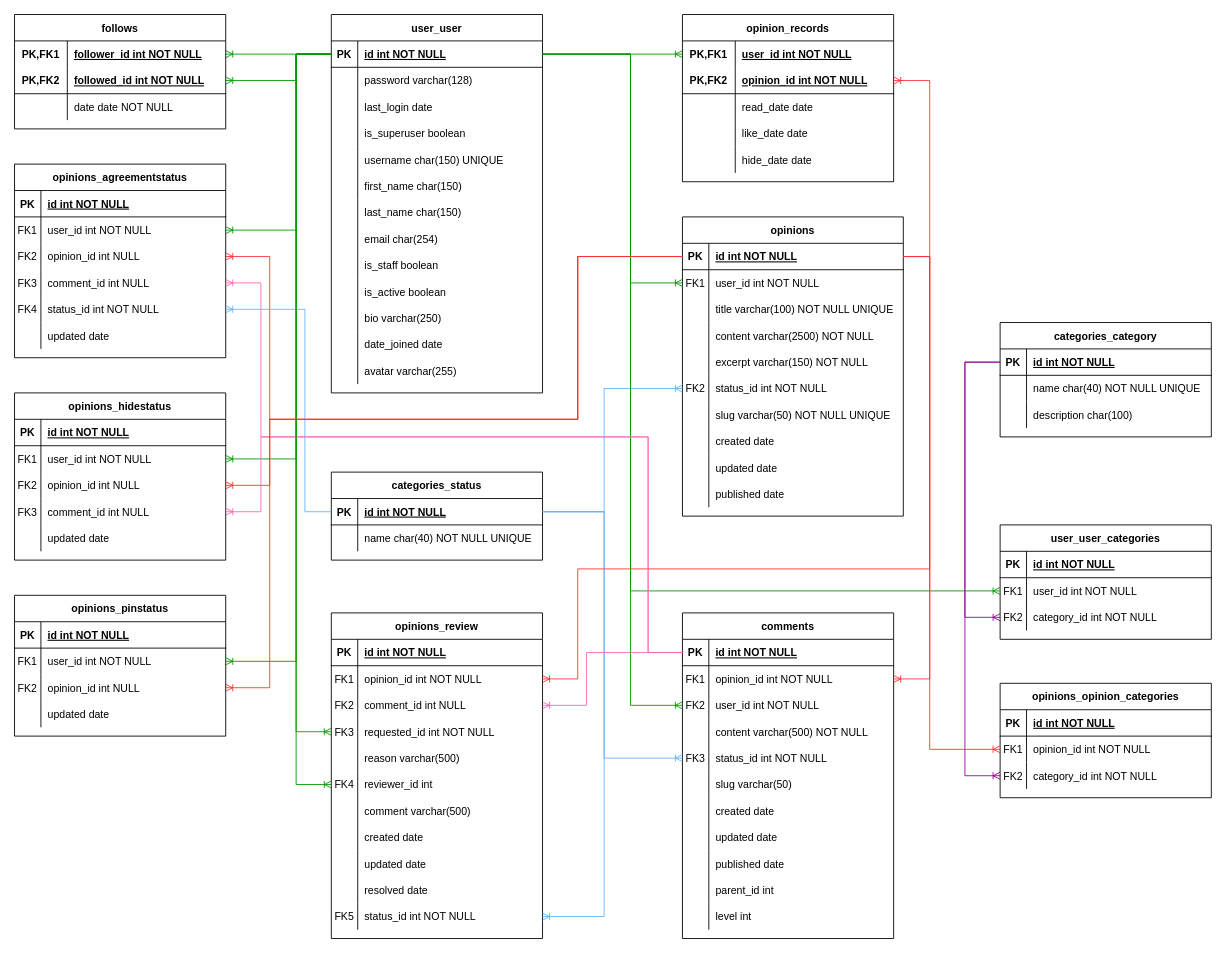
ibuttimer/soapbox keeps this draw.io diagram as page "database-schema" (1 of 14) of doc/design/soapbox.drawio. Above is the earlier version. Source tidied: cells renumbered, new cells numbered last; positions are measured from the earlier drawing's top-left corner, leaving out a move shared by most shapes. Both pictures are drawn from the tidied source at 88%, with x=0, y=0 at pixel (14, 14).
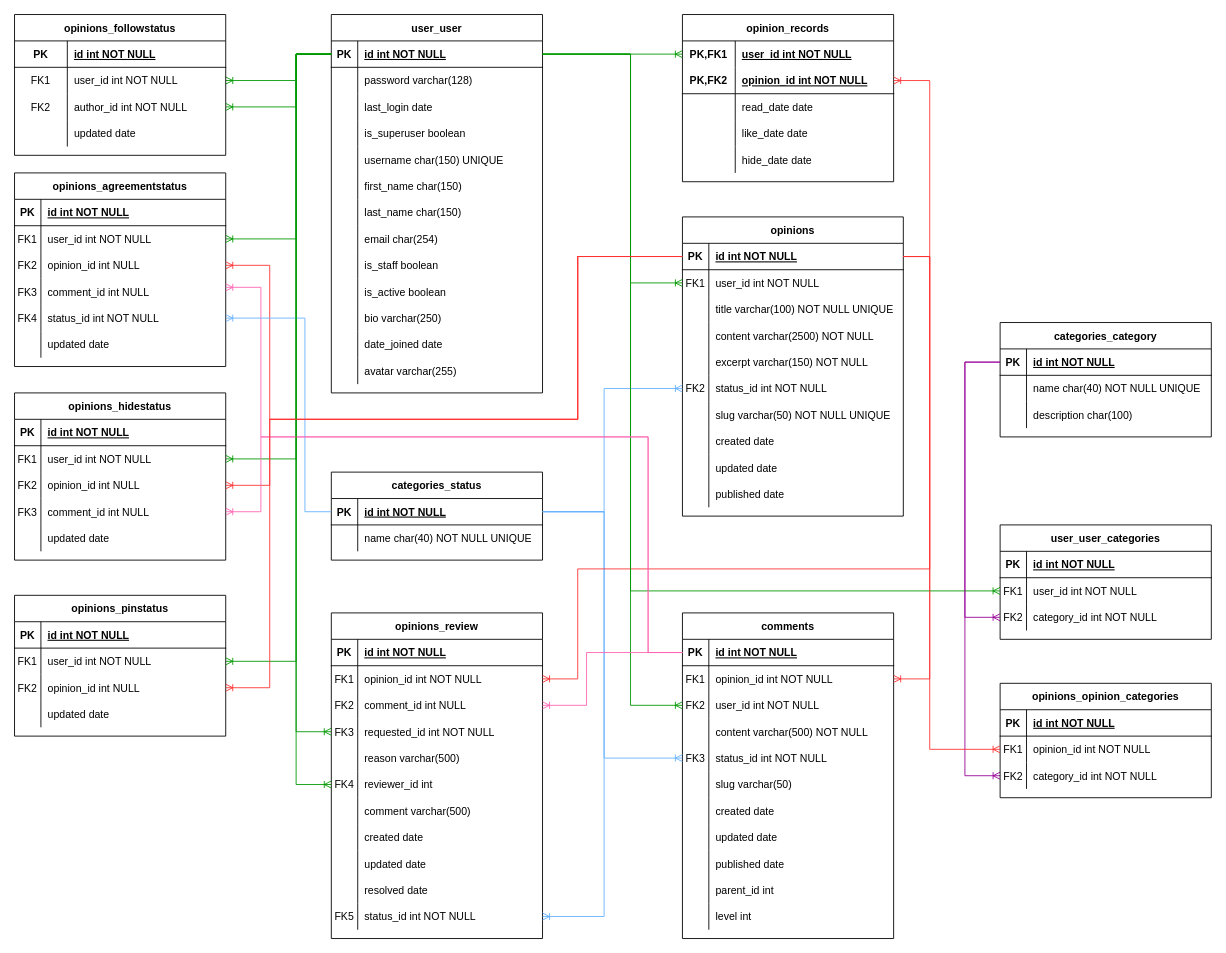
The same diagram, later.

The change refers to these unchanged cells:
```xml
<mxCell id="3" style="shape=partialRectangle;fillColor=none;points=[[0,0.5],[1,0.5]];portConstraint=eastwest;top=0;left=0;right=0;bottom=1;" parent="2" vertex="1">
  <mxGeometry y="30" width="251" height="30" as="geometry" />
</mxCell>
<mxCell id="44" style="shape=partialRectangle;fillColor=none;points=[[0,0.5],[1,0.5]];portConstraint=eastwest;top=0;left=0;right=0;bottom=1;" parent="43" vertex="1">
  <mxGeometry y="30" width="240" height="30" as="geometry" />
</mxCell>
<mxCell id="124" style="shape=partialRectangle;fillColor=none;points=[[0,0.5],[1,0.5]];portConstraint=eastwest;top=0;left=0;right=0;bottom=1;" parent="123" vertex="1">
  <mxGeometry y="30" width="240" height="30" as="geometry" />
</mxCell>
<mxCell id="228" style="shape=partialRectangle;fillColor=none;points=[[0,0.5],[1,0.5]];portConstraint=eastwest;top=0;left=0;right=0;bottom=0;" parent="221" vertex="1">
  <mxGeometry y="90" width="240" height="30" as="geometry" />
</mxCell>
<mxCell id="231" style="shape=partialRectangle;fillColor=none;points=[[0,0.5],[1,0.5]];portConstraint=eastwest;top=0;left=0;right=0;bottom=0;" parent="221" vertex="1">
  <mxGeometry y="120" width="240" height="30" as="geometry" />
</mxCell>
```

What changed in the source:
```diff
@@
-    <mxCell id="85" style="edgeStyle=entityRelationEdgeStyle;fontSize=12;html=1;endArrow=ERoneToMany;rounded=0;exitX=0;exitY=0.5;exitDx=0;exitDy=0;strokeColor=#009900;" parent="1" edge="1" source="44" target="87">
-      <mxGeometry relative="1" as="geometry" />
+    <mxCell id="85" style="edgeStyle=orthogonalEdgeStyle;fontSize=12;html=1;endArrow=ERoneToMany;rounded=0;exitX=0;exitY=0.5;exitDx=0;exitDy=0;strokeColor=#009900;entryX=1;entryY=0.5;entryDx=0;entryDy=0;" parent="1" edge="1" source="44" target="279">
+      <mxGeometry relative="1" as="geometry">
+        <Array as="points">
+          <mxPoint x="320" y="45" />
+          <mxPoint x="320" y="75" />
+        </Array>
+      </mxGeometry>
     </mxCell>
-    <mxCell id="86" value="follows" style="shape=table;startSize=30;childLayout=tableLayout;rowLines=0;fontStyle=1;align=center;" parent="1" vertex="1">
-      <mxGeometry width="240" height="130" as="geometry" />
+    <mxCell id="86" value="opinions_followstatus" style="shape=table;startSize=30;childLayout=tableLayout;rowLines=0;fontStyle=1;align=center;" parent="1" vertex="1">
+      <mxGeometry width="240" height="160" as="geometry" />
     </mxCell>
-    <mxCell id="87" style="shape=tableRow;horizontal=0;startSize=0;swimlaneHead=0;swimlaneBody=0;fillColor=none;points=[[0,0.5],[1,0.5]];portConstraint=eastwest;top=0;left=0;right=0;bottom=0;" parent="86" vertex="1">
-      <mxGeometry y="30" width="240" height="30" as="geometry" />
-    </mxCell>
-    <mxCell id="88" value="PK,FK1" style="shape=partialRectangle;fillColor=none;top=0;left=0;bottom=0;right=0;fontStyle=1;overflow=hidden;" parent="87" vertex="1">
-      <mxGeometry width="60" height="30" as="geometry" />
-    </mxCell>
-    <mxCell id="89" value="follower_id int NOT NULL" style="shape=partialRectangle;fillColor=none;top=0;left=0;bottom=0;right=0;align=left;spacingLeft=6;fontStyle=5;overflow=hidden;" parent="87" vertex="1">
-      <mxGeometry x="60" width="180" height="30" as="geometry" />
-    </mxCell>
     <mxCell id="90" style="shape=tableRow;horizontal=0;startSize=0;swimlaneHead=0;swimlaneBody=0;fillColor=none;points=[[0,0.5],[1,0.5]];portConstraint=eastwest;top=0;left=0;right=0;bottom=1;" parent="86" vertex="1">
-      <mxGeometry y="60" width="240" height="30" as="geometry" />
+      <mxGeometry y="30" width="240" height="30" as="geometry" />
     </mxCell>
-    <mxCell id="91" value="PK,FK2" style="shape=partialRectangle;fillColor=none;top=0;left=0;bottom=0;right=0;fontStyle=1;overflow=hidden;" parent="90" vertex="1">
+    <mxCell id="91" value="PK" style="shape=partialRectangle;fillColor=none;top=0;left=0;bottom=0;right=0;fontStyle=1;overflow=hidden;" parent="90" vertex="1">
       <mxGeometry width="60" height="30" as="geometry" />
     </mxCell>
-    <mxCell id="92" value="followed_id int NOT NULL" style="shape=partialRectangle;fillColor=none;top=0;left=0;bottom=0;right=0;align=left;spacingLeft=6;fontStyle=5;overflow=hidden;" parent="90" vertex="1">
+    <mxCell id="92" value="id int NOT NULL" style="shape=partialRectangle;fillColor=none;top=0;left=0;bottom=0;right=0;align=left;spacingLeft=6;fontStyle=5;overflow=hidden;" parent="90" vertex="1">
       <mxGeometry x="60" width="180" height="30" as="geometry" />
     </mxCell>
+    <mxCell id="279" style="shape=tableRow;horizontal=0;startSize=0;swimlaneHead=0;swimlaneBody=0;fillColor=none;points=[[0,0.5],[1,0.5]];portConstraint=eastwest;top=0;left=0;right=0;bottom=0;" parent="86" vertex="1">
+      <mxGeometry y="60" width="240" height="30" as="geometry" />
+    </mxCell>
+    <mxCell id="280" value="FK1" style="shape=partialRectangle;fillColor=none;top=0;left=0;bottom=0;right=0;overflow=hidden;" parent="279" vertex="1">
+      <mxGeometry width="60" height="30" as="geometry" />
+    </mxCell>
+    <mxCell id="281" value="user_id int NOT NULL" style="shape=partialRectangle;fillColor=none;top=0;left=0;bottom=0;right=0;align=left;spacingLeft=6;overflow=hidden;" parent="279" vertex="1">
+      <mxGeometry x="60" width="180" height="30" as="geometry" />
+    </mxCell>
+    <mxCell id="282" style="shape=tableRow;horizontal=0;startSize=0;swimlaneHead=0;swimlaneBody=0;fillColor=none;points=[[0,0.5],[1,0.5]];portConstraint=eastwest;top=0;left=0;right=0;bottom=0;" parent="86" vertex="1">
+      <mxGeometry y="90" width="240" height="30" as="geometry" />
+    </mxCell>
+    <mxCell id="283" value="FK2" style="shape=partialRectangle;fillColor=none;top=0;left=0;bottom=0;right=0;overflow=hidden;" parent="282" vertex="1">
+      <mxGeometry width="60" height="30" as="geometry" />
+    </mxCell>
+    <mxCell id="284" value="author_id int NOT NULL" style="shape=partialRectangle;fillColor=none;top=0;left=0;bottom=0;right=0;align=left;spacingLeft=6;overflow=hidden;" parent="282" vertex="1">
+      <mxGeometry x="60" width="180" height="30" as="geometry" />
+    </mxCell>
     <mxCell id="93" style="shape=tableRow;horizontal=0;startSize=0;swimlaneHead=0;swimlaneBody=0;fillColor=none;top=0;left=0;right=0;bottom=0;" parent="86" vertex="1">
-      <mxGeometry y="90" width="240" height="30" as="geometry" />
+      <mxGeometry y="120" width="240" height="30" as="geometry" />
     </mxCell>
@@
-    <mxCell id="95" value="date date NOT NULL" style="shape=partialRectangle;fillColor=none;top=0;left=0;bottom=0;right=0;align=left;spacingLeft=6;overflow=hidden;" parent="93" vertex="1">
+    <mxCell id="95" value="updated date" style="shape=partialRectangle;fillColor=none;top=0;left=0;bottom=0;right=0;align=left;spacingLeft=6;overflow=hidden;" parent="93" vertex="1">
       <mxGeometry x="60" width="180" height="30" as="geometry" />
     </mxCell>
@@
-    <mxCell id="122" style="edgeStyle=elbowEdgeStyle;fontSize=12;html=1;endArrow=ERoneToMany;rounded=0;strokeColor=#009900;exitX=0;exitY=0.5;exitDx=0;exitDy=0;" parent="1" edge="1" source="44" target="90">
+    <mxCell id="122" style="edgeStyle=elbowEdgeStyle;fontSize=12;html=1;endArrow=ERoneToMany;rounded=0;strokeColor=#009900;exitX=0;exitY=0.5;exitDx=0;exitDy=0;entryX=1;entryY=0.5;entryDx=0;entryDy=0;" parent="1" edge="1" source="44" target="282">
       <mxGeometry relative="1" as="geometry">
         <Array as="points">
           <mxPoint x="320" y="50" />
         </Array>
       </mxGeometry>
     </mxCell>
@@
     <mxCell id="221" value="opinions_agreementstatus" style="shape=table;startSize=30;childLayout=tableLayout;rowLines=0;fontStyle=1;align=center;" parent="1" vertex="1">
-      <mxGeometry y="170" width="240" height="220" as="geometry" />
+      <mxGeometry y="180" width="240" height="220" as="geometry" />
     </mxCell>
@@
     <mxCell id="241" style="edgeStyle=orthogonalEdgeStyle;fontSize=12;html=1;endArrow=ERoneToMany;rounded=0;exitX=0;exitY=0.5;exitDx=0;exitDy=0;strokeColor=#FF3333;entryX=1;entryY=0.5;entryDx=0;entryDy=0;" parent="1" edge="1" source="3" target="228">
       <mxGeometry relative="1" as="geometry">
         <Array as="points">
           <mxPoint x="640" y="275" />
           <mxPoint x="640" y="460" />
           <mxPoint x="290" y="460" />
-          <mxPoint x="290" y="275" />
+          <mxPoint x="290" y="285" />
         </Array>
       </mxGeometry>
     </mxCell>
-    <mxCell id="242" style="edgeStyle=orthogonalEdgeStyle;fontSize=12;html=1;endArrow=ERoneToMany;rounded=0;strokeColor=#FF66B3;exitX=0;exitY=0.5;exitDx=0;exitDy=0;entryX=1;entryY=0.5;entryDx=0;entryDy=0;" parent="1" edge="1" source="124" target="231">
+    <mxCell id="242" style="edgeStyle=orthogonalEdgeStyle;fontSize=12;html=1;endArrow=ERoneToMany;rounded=0;strokeColor=#FF66B3;exitX=0;exitY=0.5;exitDx=0;exitDy=0;" parent="1" edge="1" source="124">
       <mxGeometry relative="1" as="geometry">
+        <mxPoint x="240" y="310" as="targetPoint" />
         <Array as="points">
           <mxPoint x="720" y="725" />
           <mxPoint x="720" y="480" />
           <mxPoint x="280" y="480" />
-          <mxPoint x="280" y="305" />
+          <mxPoint x="280" y="310" />
         </Array>
       </mxGeometry>
     </mxCell>
```
